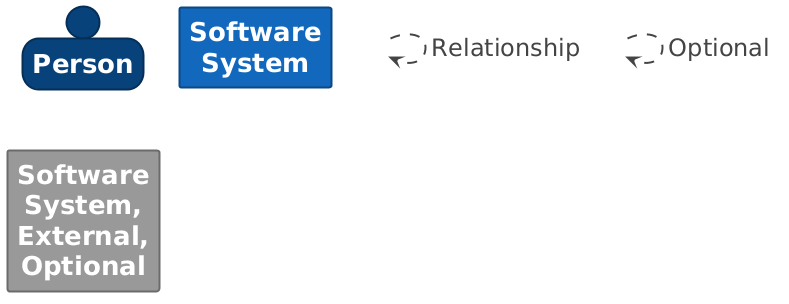
The PlantUML diagram docs/architecture/exports/structurizr-SystemContext-key.png in allensanborn/agentic-platform-local, before a commit.
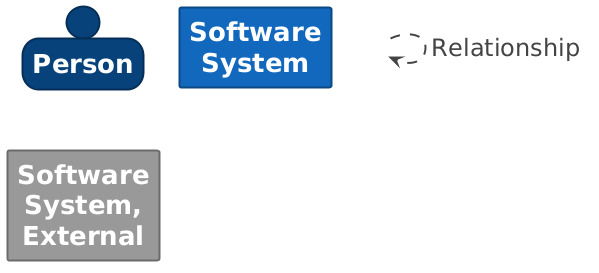
After the change.

The edit, as a diff of the source:
```diff
@@ -32,8 +32,8 @@
     Shadowing: 0;
     MaximumWidth: 200;
   }
-  // Element,Software System,External,Optional
-  .Element-RWxlbWVudCxTb2Z0d2FyZSBTeXN0ZW0sRXh0ZXJuYWwsT3B0aW9uYWw= {
+  // Element,Software System,External
+  .Element-RWxlbWVudCxTb2Z0d2FyZSBTeXN0ZW0sRXh0ZXJuYWw= {
     BackgroundColor: #999999;
     LineColor: #6b6b6b;
     LineStyle: 0;
@@ -53,15 +53,6 @@
     FontSize: 24;
     MaximumWidth: 200;
   }
-  // Relationship,Optional
-  .Relationship-UmVsYXRpb25zaGlwLE9wdGlvbmFs {
-    LineThickness: 2;
-    LineStyle: 10-10;
-    LineColor: #444444;
-    FontColor: #444444;
-    FontSize: 24;
-    MaximumWidth: 200;
-  }
   // transparent element for relationships in legend
   .Element-Transparent {
     BackgroundColor: transparent;
@@ -74,12 +65,9 @@
 
 rectangle "==Software System" <<Element-RWxlbWVudCxTb2Z0d2FyZSBTeXN0ZW0=>>
 
-rectangle "==Software System, External, Optional" <<Element-RWxlbWVudCxTb2Z0d2FyZSBTeXN0ZW0sRXh0ZXJuYWwsT3B0aW9uYWw=>>
+rectangle "==Software System, External" <<Element-RWxlbWVudCxTb2Z0d2FyZSBTeXN0ZW0sRXh0ZXJuYWw=>>
 
 rectangle "." <<.Element-Transparent>> as 1
 1 --> 1 <<Relationship-UmVsYXRpb25zaGlw>> : "Relationship"
 
-rectangle "." <<.Element-Transparent>> as 2
-2 --> 2 <<Relationship-UmVsYXRpb25zaGlwLE9wdGlvbmFs>> : "Optional"
-
 @enduml
```
